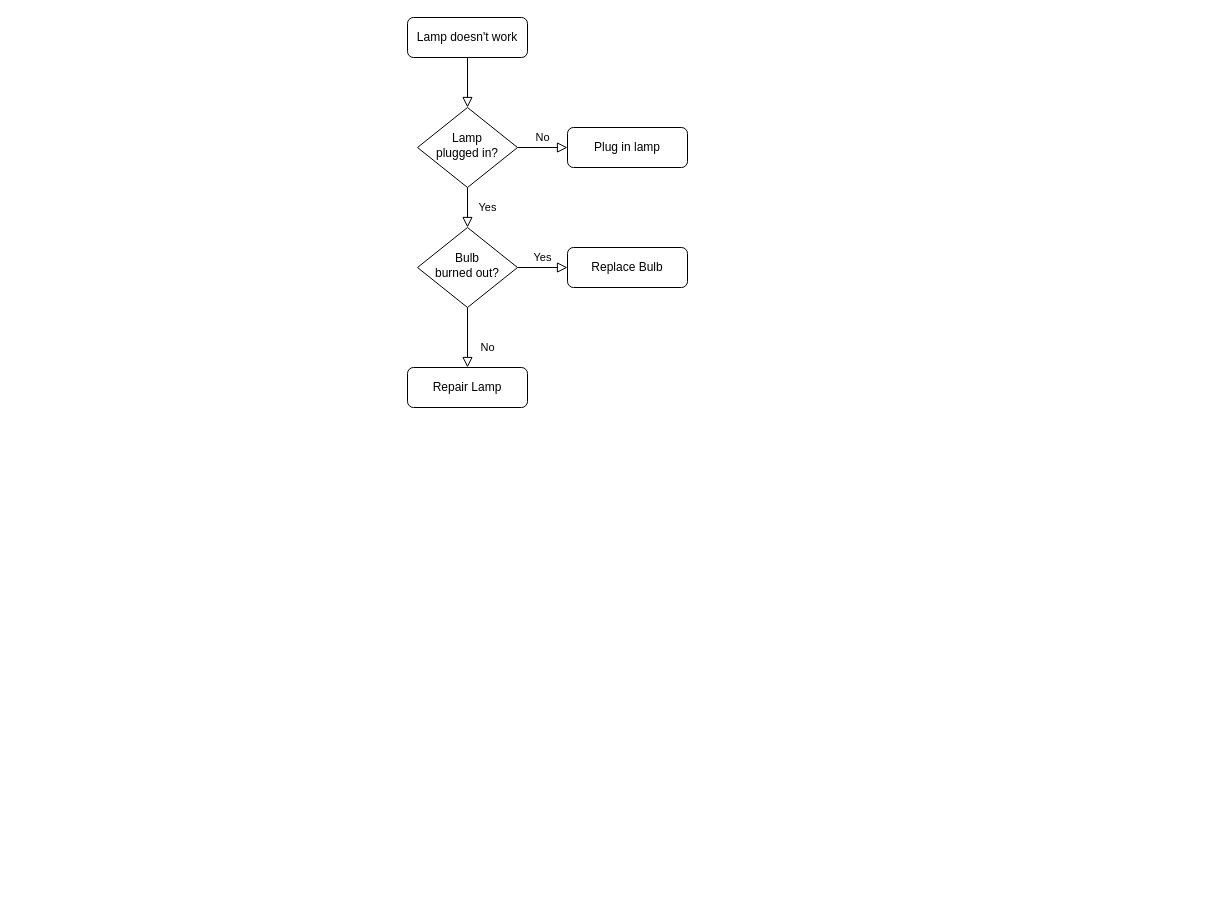
Before: NutritionalCalculator.drawio in visionaryvjae/NutritionalCalculator, a draw.io diagram. Source tidied: cells renumbered, new cells numbered last; positions are measured from the earlier drawing's top-left corner, leaving out a move shared by most shapes. Both pictures are drawn from the tidied source at 100%, with x=0, y=0 at pixel (407, 17).
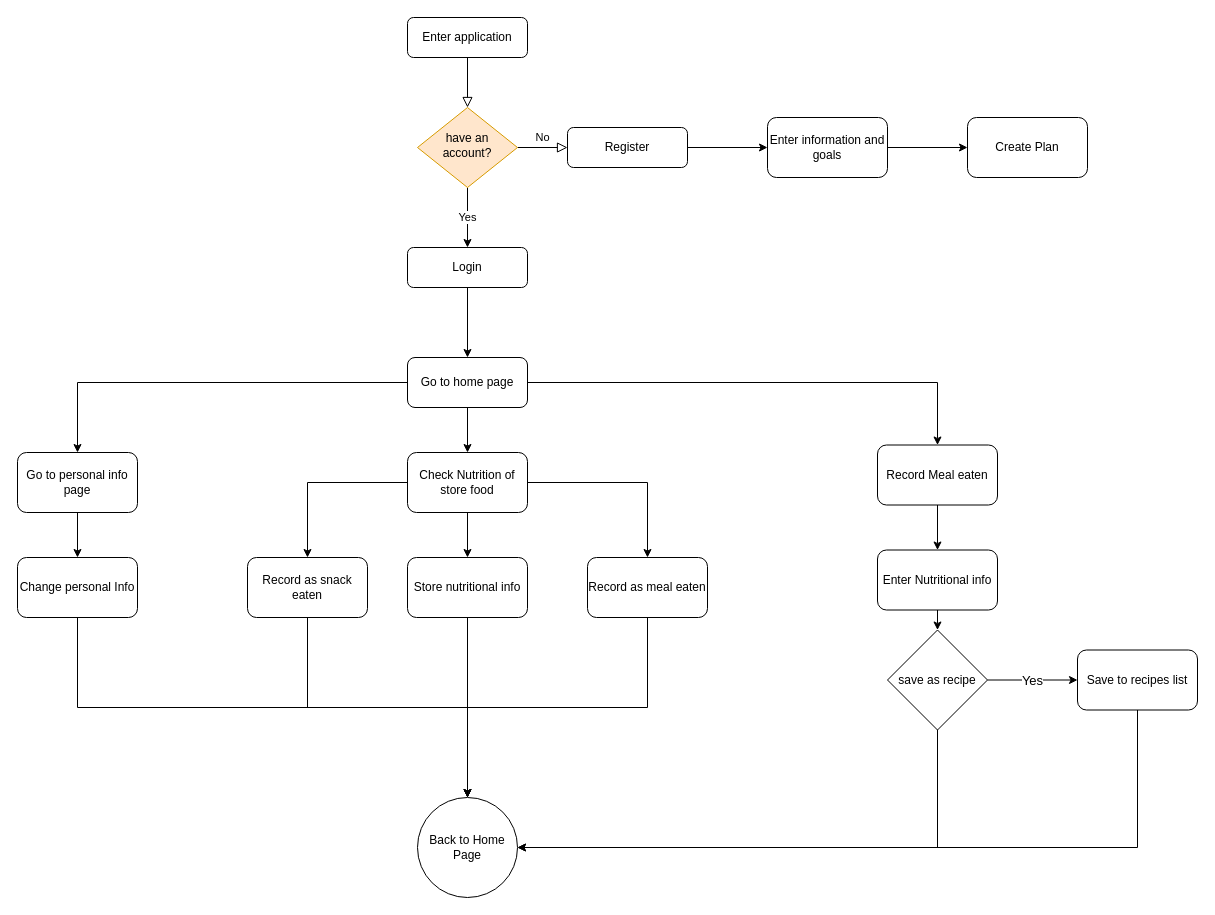
Above is the later version.

The edit, as a diff of the source:
```diff
@@
-    <mxCell id="3" value="Lamp doesn't work" style="rounded=1;whiteSpace=wrap;html=1;fontSize=12;glass=0;strokeWidth=1;shadow=0;" parent="1" vertex="1">
+    <mxCell id="3" value="Enter application" style="rounded=1;whiteSpace=wrap;html=1;fontSize=12;glass=0;strokeWidth=1;shadow=0;" parent="1" vertex="1">
       <mxGeometry width="120" height="40" as="geometry" />
     </mxCell>
-    <mxCell id="4" value="Yes" style="rounded=0;html=1;jettySize=auto;fontSize=11;endArrow=block;endFill=0;endSize=8;strokeWidth=1;shadow=0;labelBackgroundColor=none;edgeStyle=orthogonalEdgeStyle;" parent="1" edge="1" source="6" target="10">
-      <mxGeometry y="20" relative="1" as="geometry" />
-    </mxCell>
@@
+    <mxCell id="13" value="Yes" style="edgeStyle=orthogonalEdgeStyle;rounded=0;jettySize=auto;html=1;exitX=0.5;exitY=1;exitDx=0;exitDy=0;entryX=0.5;entryY=0;entryDx=0;entryDy=0;" parent="1" edge="1" source="6" target="16">
+      <mxGeometry relative="1" as="geometry" />
+    </mxCell>
-    <mxCell id="6" value="Lamp&lt;br&gt;plugged in?" style="rhombus;whiteSpace=wrap;html=1;shadow=0;fontFamily=Helvetica;fontSize=12;align=center;strokeWidth=1;spacing=6;spacingTop=-4;" parent="1" vertex="1">
+    <mxCell id="6" value="have an account?" style="rhombus;whiteSpace=wrap;html=1;shadow=0;fontFamily=Helvetica;fontSize=12;align=center;strokeWidth=1;spacing=6;spacingTop=-4;fillColor=#ffe6cc;strokeColor=#d79b00;" parent="1" vertex="1">
       <mxGeometry x="10" y="90" width="100" height="80" as="geometry" />
     </mxCell>
+    <mxCell id="14" style="edgeStyle=orthogonalEdgeStyle;rounded=0;jettySize=auto;html=1;" parent="1" edge="1" source="7" target="30">
+      <mxGeometry relative="1" as="geometry" />
+    </mxCell>
-    <mxCell id="7" value="Plug in lamp" style="rounded=1;whiteSpace=wrap;html=1;fontSize=12;glass=0;strokeWidth=1;shadow=0;" parent="1" vertex="1">
+    <mxCell id="7" value="Register" style="rounded=1;whiteSpace=wrap;html=1;fontSize=12;glass=0;strokeWidth=1;shadow=0;" parent="1" vertex="1">
       <mxGeometry x="160" y="110" width="120" height="40" as="geometry" />
     </mxCell>
-    <mxCell id="8" value="No" style="rounded=0;html=1;jettySize=auto;fontSize=11;endArrow=block;endFill=0;endSize=8;strokeWidth=1;shadow=0;labelBackgroundColor=none;edgeStyle=orthogonalEdgeStyle;" parent="1" edge="1" source="10" target="11">
-      <mxGeometry x="0.33" y="20" relative="1" as="geometry" />
-    </mxCell>
-    <mxCell id="9" value="Yes" style="edgeStyle=orthogonalEdgeStyle;rounded=0;html=1;jettySize=auto;fontSize=11;endArrow=block;endFill=0;endSize=8;strokeWidth=1;shadow=0;labelBackgroundColor=none;" parent="1" edge="1" source="10" target="12">
-      <mxGeometry y="10" relative="1" as="geometry" />
-    </mxCell>
-    <mxCell id="10" value="Bulb&lt;br&gt;burned out?" style="rhombus;whiteSpace=wrap;html=1;shadow=0;fontFamily=Helvetica;fontSize=12;align=center;strokeWidth=1;spacing=6;spacingTop=-4;" parent="1" vertex="1">
-      <mxGeometry x="10" y="210" width="100" height="80" as="geometry" />
-    </mxCell>
-    <mxCell id="11" value="Repair Lamp" style="rounded=1;whiteSpace=wrap;html=1;fontSize=12;glass=0;strokeWidth=1;shadow=0;" parent="1" vertex="1">
-      <mxGeometry y="350" width="120" height="40" as="geometry" />
-    </mxCell>
-    <mxCell id="12" value="Replace Bulb" style="rounded=1;whiteSpace=wrap;html=1;fontSize=12;glass=0;strokeWidth=1;shadow=0;" parent="1" vertex="1">
-      <mxGeometry x="160" y="230" width="120" height="40" as="geometry" />
-    </mxCell>
+    <mxCell id="15" style="edgeStyle=orthogonalEdgeStyle;rounded=0;jettySize=auto;html=1;" parent="1" edge="1" source="16" target="20">
+      <mxGeometry relative="1" as="geometry" />
+    </mxCell>
+    <mxCell id="16" value="Login" style="rounded=1;whiteSpace=wrap;html=1;fontSize=12;glass=0;strokeWidth=1;shadow=0;" parent="1" vertex="1">
+      <mxGeometry y="230" width="120" height="40" as="geometry" />
+    </mxCell>
+    <mxCell id="17" style="edgeStyle=orthogonalEdgeStyle;rounded=0;jettySize=auto;html=1;exitX=0.5;exitY=1;exitDx=0;exitDy=0;entryX=0.5;entryY=0;entryDx=0;entryDy=0;" parent="1" edge="1" source="20" target="26">
+      <mxGeometry relative="1" as="geometry" />
+    </mxCell>
+    <mxCell id="18" style="edgeStyle=orthogonalEdgeStyle;rounded=0;jettySize=auto;html=1;exitX=1;exitY=0.5;exitDx=0;exitDy=0;entryX=0.5;entryY=0;entryDx=0;entryDy=0;" parent="1" edge="1" source="20" target="28">
+      <mxGeometry relative="1" as="geometry" />
+    </mxCell>
+    <mxCell id="19" style="edgeStyle=orthogonalEdgeStyle;rounded=0;jettySize=auto;html=1;exitX=0;exitY=0.5;exitDx=0;exitDy=0;entryX=0.5;entryY=0;entryDx=0;entryDy=0;" parent="1" edge="1" source="20" target="22">
+      <mxGeometry relative="1" as="geometry" />
+    </mxCell>
+    <mxCell id="20" value="Go to home page" style="rounded=1;whiteSpace=wrap;html=1;glass=0;strokeWidth=1;shadow=0;" parent="1" vertex="1">
+      <mxGeometry y="340" width="120" height="50" as="geometry" />
+    </mxCell>
+    <mxCell id="21" style="edgeStyle=orthogonalEdgeStyle;rounded=0;jettySize=auto;html=1;exitX=0.5;exitY=1;exitDx=0;exitDy=0;entryX=0.5;entryY=0;entryDx=0;entryDy=0;" parent="1" edge="1" source="22" target="32">
+      <mxGeometry relative="1" as="geometry" />
+    </mxCell>
+    <mxCell id="22" value="Go to personal info page" style="rounded=1;whiteSpace=wrap;html=1;" parent="1" vertex="1">
+      <mxGeometry x="-390" y="435" width="120" height="60" as="geometry" />
+    </mxCell>
+    <mxCell id="23" style="edgeStyle=orthogonalEdgeStyle;rounded=0;jettySize=auto;html=1;exitX=0.5;exitY=1;exitDx=0;exitDy=0;" parent="1" edge="1" source="26" target="34">
+      <mxGeometry relative="1" as="geometry" />
+    </mxCell>
+    <mxCell id="24" style="edgeStyle=orthogonalEdgeStyle;rounded=0;jettySize=auto;html=1;exitX=0;exitY=0.5;exitDx=0;exitDy=0;entryX=0.5;entryY=0;entryDx=0;entryDy=0;" parent="1" edge="1" source="26" target="45">
+      <mxGeometry relative="1" as="geometry" />
+    </mxCell>
+    <mxCell id="25" style="edgeStyle=orthogonalEdgeStyle;rounded=0;jettySize=auto;html=1;exitX=1;exitY=0.5;exitDx=0;exitDy=0;entryX=0.5;entryY=0;entryDx=0;entryDy=0;" parent="1" edge="1" source="26" target="36">
+      <mxGeometry relative="1" as="geometry" />
+    </mxCell>
+    <mxCell id="26" value="Check Nutrition of store food" style="rounded=1;whiteSpace=wrap;html=1;" parent="1" vertex="1">
+      <mxGeometry y="435" width="120" height="60" as="geometry" />
+    </mxCell>
+    <mxCell id="27" style="edgeStyle=orthogonalEdgeStyle;rounded=0;jettySize=auto;html=1;exitX=0.5;exitY=1;exitDx=0;exitDy=0;entryX=0.5;entryY=0;entryDx=0;entryDy=0;" parent="1" edge="1" source="28" target="38">
+      <mxGeometry relative="1" as="geometry" />
+    </mxCell>
+    <mxCell id="28" value="Record Meal eaten" style="rounded=1;whiteSpace=wrap;html=1;" parent="1" vertex="1">
+      <mxGeometry x="470" y="427.5" width="120" height="60" as="geometry" />
+    </mxCell>
+    <mxCell id="29" style="edgeStyle=orthogonalEdgeStyle;rounded=0;jettySize=auto;html=1;exitX=1;exitY=0.5;exitDx=0;exitDy=0;entryX=0;entryY=0.5;entryDx=0;entryDy=0;" parent="1" edge="1" source="30" target="46">
+      <mxGeometry relative="1" as="geometry" />
+    </mxCell>
+    <mxCell id="30" value="Enter information and goals" style="whiteSpace=wrap;html=1;rounded=1;glass=0;strokeWidth=1;shadow=0;" parent="1" vertex="1">
+      <mxGeometry x="360" y="100" width="120" height="60" as="geometry" />
+    </mxCell>
+    <mxCell id="31" style="edgeStyle=orthogonalEdgeStyle;rounded=0;jettySize=auto;html=1;exitX=0.5;exitY=1;exitDx=0;exitDy=0;entryX=0.5;entryY=0;entryDx=0;entryDy=0;" parent="1" edge="1" source="32" target="47">
+      <mxGeometry relative="1" as="geometry" />
+    </mxCell>
+    <mxCell id="32" value="Change personal Info" style="rounded=1;whiteSpace=wrap;html=1;" parent="1" vertex="1">
+      <mxGeometry x="-390" y="540" width="120" height="60" as="geometry" />
+    </mxCell>
+    <mxCell id="33" style="edgeStyle=orthogonalEdgeStyle;rounded=0;jettySize=auto;html=1;exitX=0.5;exitY=1;exitDx=0;exitDy=0;entryX=0.5;entryY=0;entryDx=0;entryDy=0;" parent="1" edge="1" source="34" target="47">
+      <mxGeometry relative="1" as="geometry" />
+    </mxCell>
+    <mxCell id="34" value="Store nutritional info" style="rounded=1;whiteSpace=wrap;html=1;" parent="1" vertex="1">
+      <mxGeometry y="540" width="120" height="60" as="geometry" />
+    </mxCell>
+    <mxCell id="35" style="edgeStyle=orthogonalEdgeStyle;rounded=0;jettySize=auto;html=1;exitX=0.5;exitY=1;exitDx=0;exitDy=0;entryX=0.5;entryY=0;entryDx=0;entryDy=0;" parent="1" edge="1" source="36" target="47">
+      <mxGeometry relative="1" as="geometry" />
+    </mxCell>
+    <mxCell id="36" value="Record as meal eaten" style="rounded=1;whiteSpace=wrap;html=1;" parent="1" vertex="1">
+      <mxGeometry x="180" y="540" width="120" height="60" as="geometry" />
+    </mxCell>
+    <mxCell id="37" style="edgeStyle=orthogonalEdgeStyle;rounded=0;jettySize=auto;html=1;exitX=0.5;exitY=1;exitDx=0;exitDy=0;entryX=0.5;entryY=0;entryDx=0;entryDy=0;" parent="1" edge="1" source="38" target="41">
+      <mxGeometry relative="1" as="geometry" />
+    </mxCell>
+    <mxCell id="38" value="Enter Nutritional info" style="rounded=1;whiteSpace=wrap;html=1;" parent="1" vertex="1">
+      <mxGeometry x="470" y="532.5" width="120" height="60" as="geometry" />
+    </mxCell>
+    <mxCell id="39" value="Yes" style="edgeStyle=orthogonalEdgeStyle;rounded=0;jettySize=auto;html=1;exitX=1;exitY=0.5;exitDx=0;exitDy=0;entryX=0;entryY=0.5;entryDx=0;entryDy=0;fontSize=13;" parent="1" edge="1" source="41" target="43">
+      <mxGeometry relative="1" as="geometry" />
+    </mxCell>
+    <mxCell id="40" style="edgeStyle=orthogonalEdgeStyle;rounded=0;jettySize=auto;html=1;exitX=0.5;exitY=1;exitDx=0;exitDy=0;entryX=1;entryY=0.5;entryDx=0;entryDy=0;" parent="1" edge="1" source="41" target="47">
+      <mxGeometry relative="1" as="geometry" />
+    </mxCell>
+    <mxCell id="41" value="save as recipe" style="rhombus;whiteSpace=wrap;html=1;" parent="1" vertex="1">
+      <mxGeometry x="480" y="612.5" width="100" height="100" as="geometry" />
+    </mxCell>
+    <mxCell id="42" style="edgeStyle=orthogonalEdgeStyle;rounded=0;jettySize=auto;html=1;exitX=0.5;exitY=1;exitDx=0;exitDy=0;entryX=1;entryY=0.5;entryDx=0;entryDy=0;" parent="1" edge="1" source="43" target="47">
+      <mxGeometry relative="1" as="geometry" />
+    </mxCell>
+    <mxCell id="43" value="Save to recipes list" style="rounded=1;whiteSpace=wrap;html=1;" parent="1" vertex="1">
+      <mxGeometry x="670" y="632.5" width="120" height="60" as="geometry" />
+    </mxCell>
+    <mxCell id="44" style="edgeStyle=orthogonalEdgeStyle;rounded=0;jettySize=auto;html=1;exitX=0.5;exitY=1;exitDx=0;exitDy=0;entryX=0.5;entryY=0;entryDx=0;entryDy=0;" parent="1" edge="1" source="45" target="47">
+      <mxGeometry relative="1" as="geometry" />
+    </mxCell>
+    <mxCell id="45" value="Record as snack eaten" style="rounded=1;whiteSpace=wrap;html=1;" parent="1" vertex="1">
+      <mxGeometry x="-160" y="540" width="120" height="60" as="geometry" />
+    </mxCell>
+    <mxCell id="46" value="Create Plan" style="rounded=1;whiteSpace=wrap;html=1;" parent="1" vertex="1">
+      <mxGeometry x="560" y="100" width="120" height="60" as="geometry" />
+    </mxCell>
+    <mxCell id="47" value="Back to Home Page" style="ellipse;whiteSpace=wrap;html=1;" parent="1" vertex="1">
+      <mxGeometry x="10" y="780" width="100" height="100" as="geometry" />
+    </mxCell>
```
